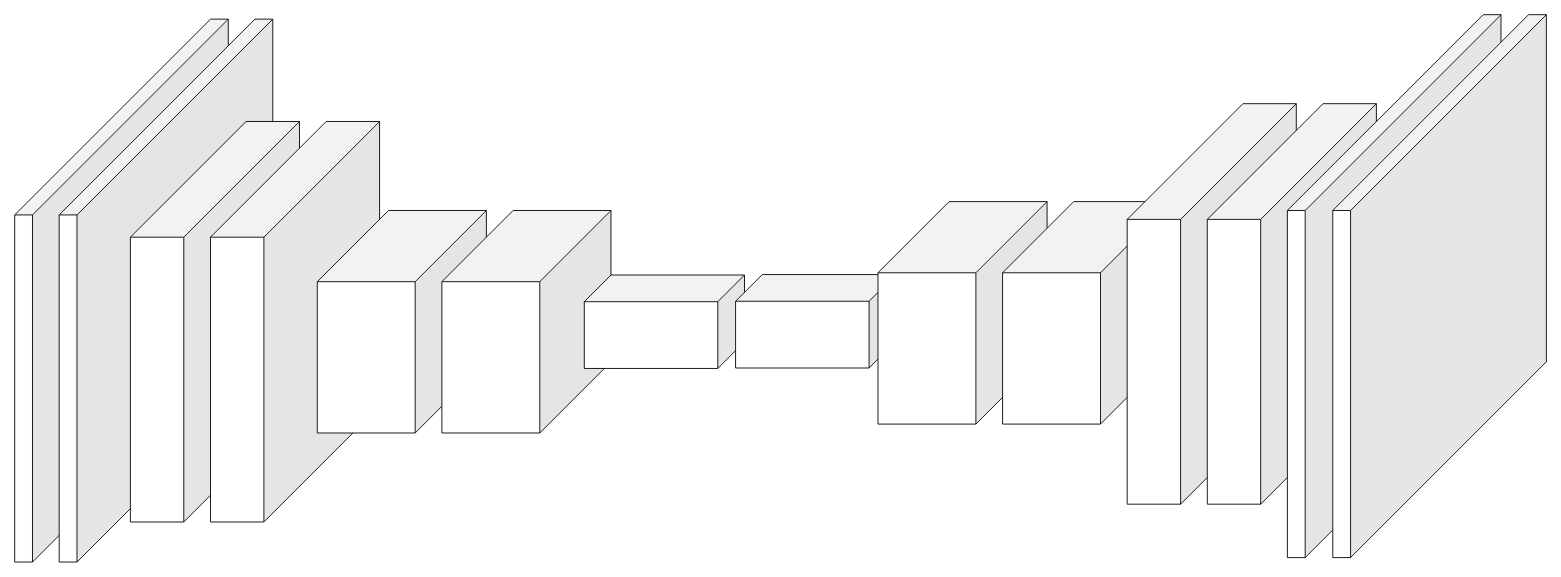
Before: Diagram bez tytułu.drawio in szymciem8/Analysis-of-thyroid-US-images-with-ML, a draw.io diagram. Source tidied: cells renumbered, new cells numbered last; positions are measured from the earlier drawing's top-left corner, leaving out a move shared by most shapes. Both pictures are drawn from the tidied source at 89%, with x=0, y=0 at pixel (14, 14).
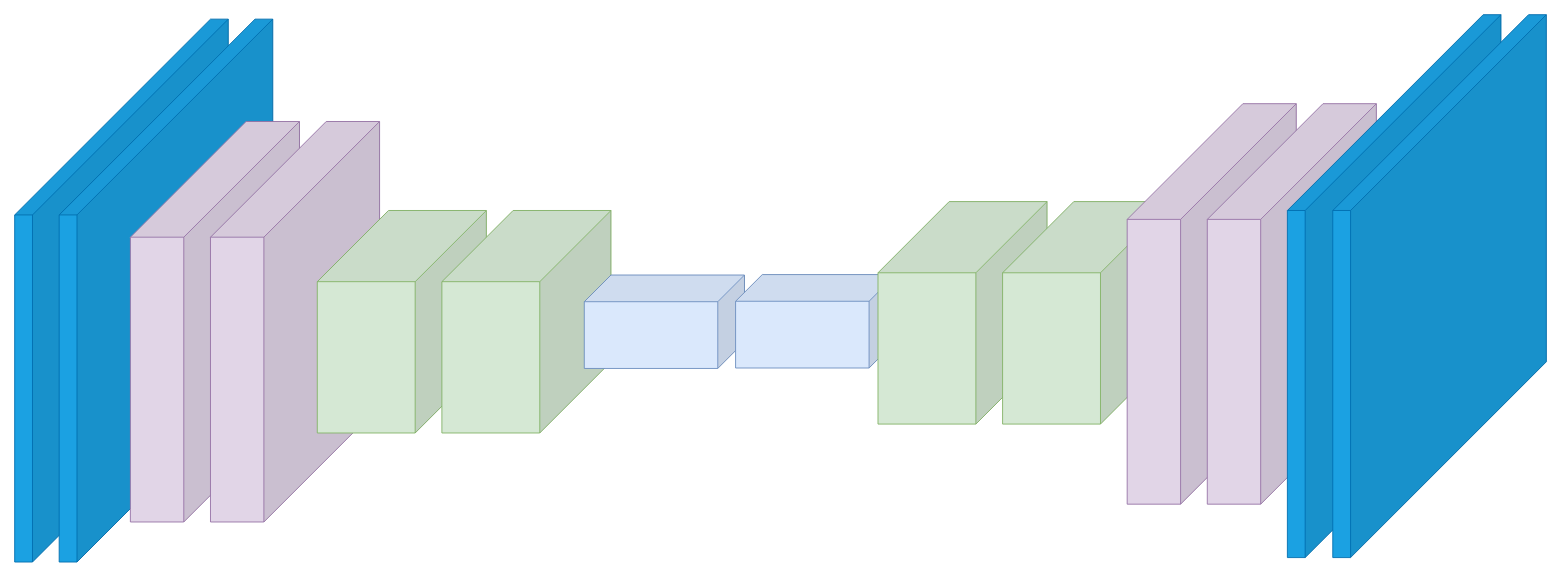
The same diagram, later.

What changed in the source:
```diff
@@
 <mxGraphModel>
   <root>
     <mxCell id="0" />
     <mxCell id="1" parent="0" />
-    <mxCell id="2" style="shape=cube;whiteSpace=wrap;html=1;boundedLbl=1;backgroundOutline=1;darkOpacity=0.05;darkOpacity2=0.1;direction=east;flipH=1;size=220;" parent="1" vertex="1">
+    <mxCell id="2" style="shape=cube;whiteSpace=wrap;html=1;boundedLbl=1;backgroundOutline=1;darkOpacity=0.05;darkOpacity2=0.1;direction=east;flipH=1;size=220;labelBackgroundColor=none;fillColor=#1ba1e2;strokeColor=#006EAF;fontColor=#ffffff;" parent="1" vertex="1">
       <mxGeometry y="5" width="240" height="610" as="geometry" />
     </mxCell>
-    <mxCell id="3" style="shape=cube;whiteSpace=wrap;html=1;boundedLbl=1;backgroundOutline=1;darkOpacity=0.05;darkOpacity2=0.1;direction=east;flipH=1;size=220;" parent="1" vertex="1">
+    <mxCell id="3" style="shape=cube;whiteSpace=wrap;html=1;boundedLbl=1;backgroundOutline=1;darkOpacity=0.05;darkOpacity2=0.1;direction=east;flipH=1;size=220;labelBackgroundColor=none;fillColor=#1ba1e2;strokeColor=#006EAF;fontColor=#ffffff;" parent="1" vertex="1">
       <mxGeometry x="50" y="5" width="240" height="610" as="geometry" />
     </mxCell>
-    <mxCell id="4" style="shape=cube;whiteSpace=wrap;html=1;boundedLbl=1;backgroundOutline=1;darkOpacity=0.05;darkOpacity2=0.1;direction=east;flipH=1;size=130;" parent="1" vertex="1">
+    <mxCell id="4" style="shape=cube;whiteSpace=wrap;html=1;boundedLbl=1;backgroundOutline=1;darkOpacity=0.05;darkOpacity2=0.1;direction=east;flipH=1;size=130;labelBackgroundColor=none;fillColor=#e1d5e7;strokeColor=#9673a6;" parent="1" vertex="1">
       <mxGeometry x="130" y="120" width="190" height="450" as="geometry" />
     </mxCell>
-    <mxCell id="5" style="shape=cube;whiteSpace=wrap;html=1;boundedLbl=1;backgroundOutline=1;darkOpacity=0.05;darkOpacity2=0.1;direction=east;flipH=1;size=130;" parent="1" vertex="1">
+    <mxCell id="5" style="shape=cube;whiteSpace=wrap;html=1;boundedLbl=1;backgroundOutline=1;darkOpacity=0.05;darkOpacity2=0.1;direction=east;flipH=1;size=130;labelBackgroundColor=none;fillColor=#e1d5e7;strokeColor=#9673a6;" parent="1" vertex="1">
       <mxGeometry x="220" y="120" width="190" height="450" as="geometry" />
     </mxCell>
-    <mxCell id="6" style="shape=cube;whiteSpace=wrap;html=1;boundedLbl=1;backgroundOutline=1;darkOpacity=0.05;darkOpacity2=0.1;direction=east;flipH=1;size=80;" parent="1" vertex="1">
+    <mxCell id="6" style="shape=cube;whiteSpace=wrap;html=1;boundedLbl=1;backgroundOutline=1;darkOpacity=0.05;darkOpacity2=0.1;direction=east;flipH=1;size=80;labelBackgroundColor=none;fillColor=#d5e8d4;strokeColor=#82b366;" parent="1" vertex="1">
       <mxGeometry x="340" y="220" width="190" height="250" as="geometry" />
     </mxCell>
-    <mxCell id="7" style="shape=cube;whiteSpace=wrap;html=1;boundedLbl=1;backgroundOutline=1;darkOpacity=0.05;darkOpacity2=0.1;direction=east;flipH=1;size=80;" parent="1" vertex="1">
+    <mxCell id="7" style="shape=cube;whiteSpace=wrap;html=1;boundedLbl=1;backgroundOutline=1;darkOpacity=0.05;darkOpacity2=0.1;direction=east;flipH=1;size=80;labelBackgroundColor=none;fillColor=#d5e8d4;strokeColor=#82b366;" parent="1" vertex="1">
       <mxGeometry x="480" y="220" width="190" height="250" as="geometry" />
     </mxCell>
-    <mxCell id="8" style="shape=cube;whiteSpace=wrap;html=1;boundedLbl=1;backgroundOutline=1;darkOpacity=0.05;darkOpacity2=0.1;direction=east;flipH=1;size=30;" parent="1" vertex="1">
+    <mxCell id="8" style="shape=cube;whiteSpace=wrap;html=1;boundedLbl=1;backgroundOutline=1;darkOpacity=0.05;darkOpacity2=0.1;direction=east;flipH=1;size=30;labelBackgroundColor=none;fillColor=#dae8fc;strokeColor=#6c8ebf;" parent="1" vertex="1">
       <mxGeometry x="640" y="292.5" width="180" height="105" as="geometry" />
     </mxCell>
-    <mxCell id="9" style="shape=cube;whiteSpace=wrap;html=1;boundedLbl=1;backgroundOutline=1;darkOpacity=0.05;darkOpacity2=0.1;direction=east;flipH=1;size=30;" parent="1" vertex="1">
+    <mxCell id="9" style="shape=cube;whiteSpace=wrap;html=1;boundedLbl=1;backgroundOutline=1;darkOpacity=0.05;darkOpacity2=0.1;direction=east;flipH=1;size=30;labelBackgroundColor=none;fillColor=#dae8fc;strokeColor=#6c8ebf;" parent="1" vertex="1">
       <mxGeometry x="810" y="292" width="180" height="105" as="geometry" />
     </mxCell>
-    <mxCell id="10" style="shape=cube;whiteSpace=wrap;html=1;boundedLbl=1;backgroundOutline=1;darkOpacity=0.05;darkOpacity2=0.1;direction=east;flipH=1;size=80;" parent="1" vertex="1">
+    <mxCell id="10" style="shape=cube;whiteSpace=wrap;html=1;boundedLbl=1;backgroundOutline=1;darkOpacity=0.05;darkOpacity2=0.1;direction=east;flipH=1;size=80;labelBackgroundColor=none;fillColor=#d5e8d4;strokeColor=#82b366;" parent="1" vertex="1">
       <mxGeometry x="970" y="210" width="190" height="250" as="geometry" />
     </mxCell>
-    <mxCell id="11" style="shape=cube;whiteSpace=wrap;html=1;boundedLbl=1;backgroundOutline=1;darkOpacity=0.05;darkOpacity2=0.1;direction=east;flipH=1;size=80;" parent="1" vertex="1">
+    <mxCell id="11" style="shape=cube;whiteSpace=wrap;html=1;boundedLbl=1;backgroundOutline=1;darkOpacity=0.05;darkOpacity2=0.1;direction=east;flipH=1;size=80;labelBackgroundColor=none;fillColor=#d5e8d4;strokeColor=#82b366;" parent="1" vertex="1">
       <mxGeometry x="1110" y="210" width="190" height="250" as="geometry" />
     </mxCell>
-    <mxCell id="12" style="shape=cube;whiteSpace=wrap;html=1;boundedLbl=1;backgroundOutline=1;darkOpacity=0.05;darkOpacity2=0.1;direction=east;flipH=1;size=130;" parent="1" vertex="1">
+    <mxCell id="12" style="shape=cube;whiteSpace=wrap;html=1;boundedLbl=1;backgroundOutline=1;darkOpacity=0.05;darkOpacity2=0.1;direction=east;flipH=1;size=130;labelBackgroundColor=none;fillColor=#e1d5e7;strokeColor=#9673a6;" parent="1" vertex="1">
       <mxGeometry x="1250" y="100" width="190" height="450" as="geometry" />
     </mxCell>
-    <mxCell id="13" style="shape=cube;whiteSpace=wrap;html=1;boundedLbl=1;backgroundOutline=1;darkOpacity=0.05;darkOpacity2=0.1;direction=east;flipH=1;size=130;" parent="1" vertex="1">
+    <mxCell id="13" style="shape=cube;whiteSpace=wrap;html=1;boundedLbl=1;backgroundOutline=1;darkOpacity=0.05;darkOpacity2=0.1;direction=east;flipH=1;size=130;labelBackgroundColor=none;fillColor=#e1d5e7;strokeColor=#9673a6;" parent="1" vertex="1">
       <mxGeometry x="1340" y="100" width="190" height="450" as="geometry" />
     </mxCell>
-    <mxCell id="14" style="shape=cube;whiteSpace=wrap;html=1;boundedLbl=1;backgroundOutline=1;darkOpacity=0.05;darkOpacity2=0.1;direction=east;flipH=1;size=220;" parent="1" vertex="1">
+    <mxCell id="14" style="shape=cube;whiteSpace=wrap;html=1;boundedLbl=1;backgroundOutline=1;darkOpacity=0.05;darkOpacity2=0.1;direction=east;flipH=1;size=220;labelBackgroundColor=none;fillColor=#1ba1e2;strokeColor=#006EAF;fontColor=#ffffff;" parent="1" vertex="1">
       <mxGeometry x="1430" width="240" height="610" as="geometry" />
     </mxCell>
-    <mxCell id="15" style="shape=cube;whiteSpace=wrap;html=1;boundedLbl=1;backgroundOutline=1;darkOpacity=0.05;darkOpacity2=0.1;direction=east;flipH=1;size=220;" parent="1" vertex="1">
+    <mxCell id="15" style="shape=cube;whiteSpace=wrap;html=1;boundedLbl=1;backgroundOutline=1;darkOpacity=0.05;darkOpacity2=0.1;direction=east;flipH=1;size=220;labelBackgroundColor=none;fillColor=#1ba1e2;strokeColor=#006EAF;fontColor=#ffffff;" parent="1" vertex="1">
       <mxGeometry x="1481" width="240" height="610" as="geometry" />
     </mxCell>
   </root>
 </mxGraphModel>
```
